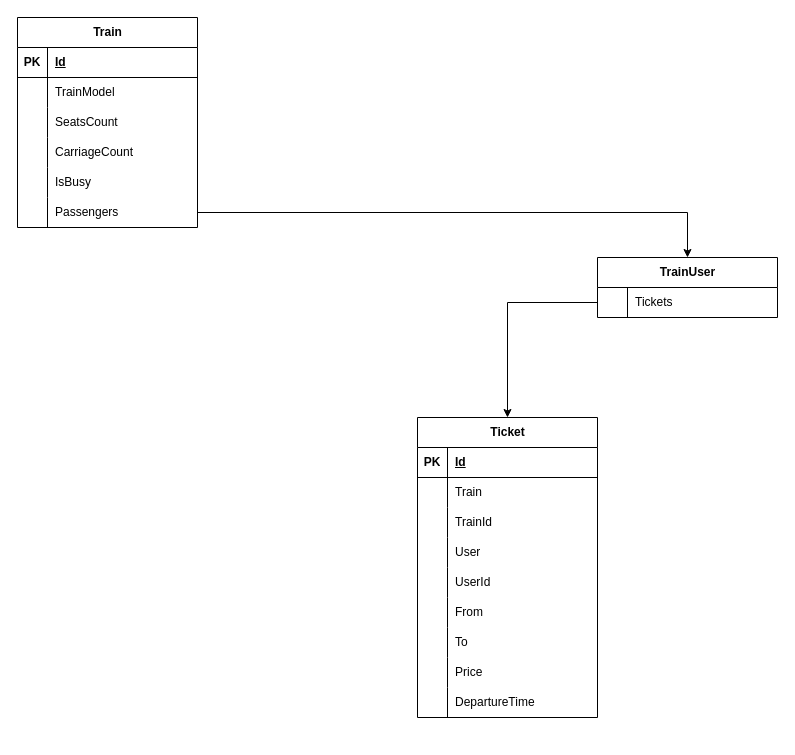
Earlier version of the draw.io diagram docs/trainmanagementsystem.drawio (CloudlyFog/TrainManagementSystem). Source tidied: cells renumbered, new cells numbered last; positions are measured from the earlier drawing's top-left corner, leaving out a move shared by most shapes. Both pictures are drawn from the tidied source at 100%, with x=0, y=0 at pixel (17, 17).
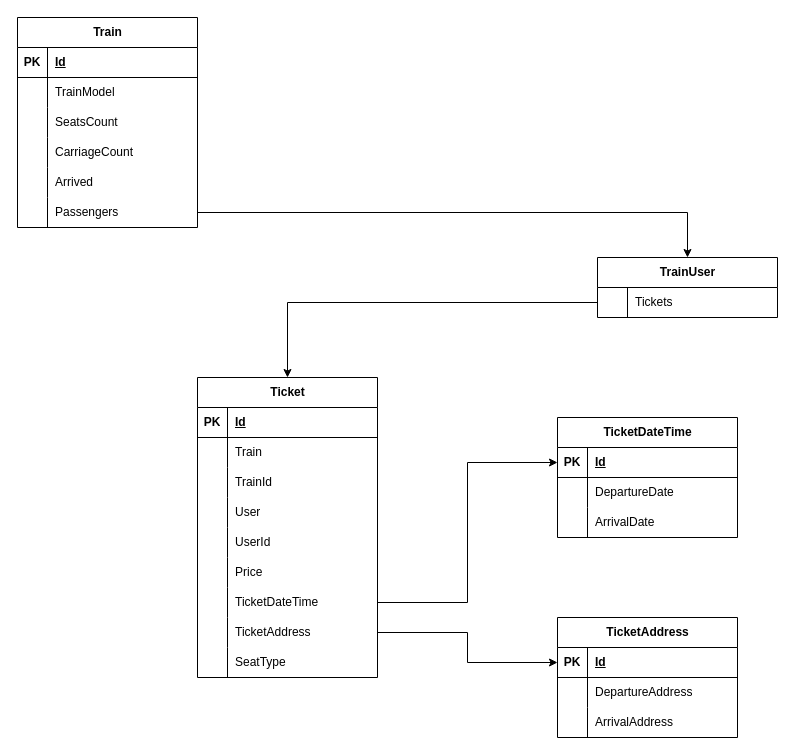
The same page after the edit.

Unchanged cells that the change refers to:
```xml
<mxCell id="15" style="shape=tableRow;horizontal=0;startSize=0;swimlaneHead=0;swimlaneBody=0;fillColor=none;top=0;left=0;right=0;bottom=0;" parent="2" vertex="1">
  <mxGeometry y="150" width="180" height="30" as="geometry" />
</mxCell>
<mxCell id="50" style="shape=tableRow;horizontal=0;startSize=0;swimlaneHead=0;swimlaneBody=0;fillColor=none;top=0;left=0;right=0;bottom=0;" parent="25" vertex="1">
  <mxGeometry y="270" width="180" height="30" as="geometry" />
</mxCell>
```

Change to the diagram source:
```diff
@@
-    <mxCell id="17" value="IsBusy" style="shape=partialRectangle;fillColor=none;top=0;left=0;bottom=0;right=0;align=left;spacingLeft=6;overflow=hidden;whiteSpace=wrap;html=1;" parent="15" vertex="1">
+    <mxCell id="17" value="Arrived" style="shape=partialRectangle;fillColor=none;top=0;left=0;bottom=0;right=0;align=left;spacingLeft=6;overflow=hidden;whiteSpace=wrap;html=1;" parent="15" vertex="1">
       <mxGeometry x="30" width="150" height="30" as="geometry" />
     </mxCell>
@@
     <mxCell id="25" value="Ticket" style="shape=table;startSize=30;childLayout=tableLayout;rowLines=0;fontStyle=1;align=center;html=1;" parent="1" vertex="1">
-      <mxGeometry x="400" y="400" width="180" height="300" as="geometry" />
+      <mxGeometry x="180" y="360" width="180" height="300" as="geometry" />
     </mxCell>
@@
-    <mxCell id="41" style="shape=tableRow;horizontal=0;startSize=0;swimlaneHead=0;swimlaneBody=0;fillColor=none;top=0;left=0;right=0;bottom=0;" parent="25" vertex="1">
-      <mxGeometry y="180" width="180" height="30" as="geometry" />
-    </mxCell>
-    <mxCell id="42" style="shape=partialRectangle;fillColor=none;top=0;left=0;bottom=0;right=0;overflow=hidden;whiteSpace=wrap;html=1;" parent="41" vertex="1">
-      <mxGeometry width="30" height="30" as="geometry" />
-    </mxCell>
-    <mxCell id="43" value="From" style="shape=partialRectangle;fillColor=none;top=0;left=0;bottom=0;right=0;align=left;spacingLeft=6;overflow=hidden;whiteSpace=wrap;html=1;" parent="41" vertex="1">
-      <mxGeometry x="30" width="150" height="30" as="geometry" />
-    </mxCell>
-    <mxCell id="44" style="shape=tableRow;horizontal=0;startSize=0;swimlaneHead=0;swimlaneBody=0;fillColor=none;points=[[0,0.5],[1,0.5]];portConstraint=eastwest;top=0;left=0;right=0;bottom=0;" parent="25" vertex="1">
-      <mxGeometry y="210" width="180" height="30" as="geometry" />
-    </mxCell>
-    <mxCell id="45" style="shape=partialRectangle;fillColor=none;top=0;left=0;bottom=0;right=0;overflow=hidden;whiteSpace=wrap;html=1;" parent="44" vertex="1">
-      <mxGeometry width="30" height="30" as="geometry" />
-    </mxCell>
-    <mxCell id="46" value="To" style="shape=partialRectangle;fillColor=none;top=0;left=0;bottom=0;right=0;align=left;spacingLeft=6;overflow=hidden;whiteSpace=wrap;html=1;" parent="44" vertex="1">
-      <mxGeometry x="30" width="150" height="30" as="geometry" />
-    </mxCell>
     <mxCell id="47" style="shape=tableRow;horizontal=0;startSize=0;swimlaneHead=0;swimlaneBody=0;fillColor=none;top=0;left=0;right=0;bottom=0;" parent="25" vertex="1">
-      <mxGeometry y="240" width="180" height="30" as="geometry" />
+      <mxGeometry y="180" width="180" height="30" as="geometry" />
     </mxCell>
@@
+    <mxCell id="44" style="shape=tableRow;horizontal=0;startSize=0;swimlaneHead=0;swimlaneBody=0;fillColor=none;points=[[0,0.5],[1,0.5]];portConstraint=eastwest;top=0;left=0;right=0;bottom=0;" parent="25" vertex="1">
+      <mxGeometry y="210" width="180" height="30" as="geometry" />
+    </mxCell>
+    <mxCell id="55" style="shape=partialRectangle;fillColor=none;top=0;left=0;bottom=0;right=0;overflow=hidden;whiteSpace=wrap;html=1;" parent="44" vertex="1">
+      <mxGeometry width="30" height="30" as="geometry" />
+    </mxCell>
+    <mxCell id="56" value="TicketDateTime" style="shape=partialRectangle;fillColor=none;top=0;left=0;bottom=0;right=0;align=left;spacingLeft=6;overflow=hidden;whiteSpace=wrap;html=1;" parent="44" vertex="1">
+      <mxGeometry x="30" width="150" height="30" as="geometry" />
+    </mxCell>
+    <mxCell id="57" style="shape=tableRow;horizontal=0;startSize=0;swimlaneHead=0;swimlaneBody=0;fillColor=none;points=[[0,0.5],[1,0.5]];portConstraint=eastwest;top=0;left=0;right=0;bottom=0;" parent="25" vertex="1">
+      <mxGeometry y="240" width="180" height="30" as="geometry" />
+    </mxCell>
+    <mxCell id="58" style="shape=partialRectangle;fillColor=none;top=0;left=0;bottom=0;right=0;overflow=hidden;whiteSpace=wrap;html=1;" parent="57" vertex="1">
+      <mxGeometry width="30" height="30" as="geometry" />
+    </mxCell>
+    <mxCell id="59" value="TicketAddress" style="shape=partialRectangle;fillColor=none;top=0;left=0;bottom=0;right=0;align=left;spacingLeft=6;overflow=hidden;whiteSpace=wrap;html=1;" parent="57" vertex="1">
+      <mxGeometry x="30" width="150" height="30" as="geometry" />
+    </mxCell>
@@
-    <mxCell id="51" style="shape=partialRectangle;fillColor=none;top=0;left=0;bottom=0;right=0;overflow=hidden;whiteSpace=wrap;html=1;" parent="50" vertex="1">
-      <mxGeometry width="30" height="30" as="geometry" />
-    </mxCell>
-    <mxCell id="52" value="DepartureTime" style="shape=partialRectangle;fillColor=none;top=0;left=0;bottom=0;right=0;align=left;spacingLeft=6;overflow=hidden;whiteSpace=wrap;html=1;" parent="50" vertex="1">
-      <mxGeometry x="30" width="150" height="30" as="geometry" />
-    </mxCell>
+    <mxCell id="60" style="shape=partialRectangle;fillColor=none;top=0;left=0;bottom=0;right=0;overflow=hidden;whiteSpace=wrap;html=1;" parent="50" vertex="1">
+      <mxGeometry width="30" height="30" as="geometry" />
+    </mxCell>
+    <mxCell id="61" value="SeatType" style="shape=partialRectangle;fillColor=none;top=0;left=0;bottom=0;right=0;align=left;spacingLeft=6;overflow=hidden;whiteSpace=wrap;html=1;" parent="50" vertex="1">
+      <mxGeometry x="30" width="150" height="30" as="geometry" />
+    </mxCell>
@@
+    <mxCell id="62" value="TicketDateTime" style="shape=table;startSize=30;childLayout=tableLayout;rowLines=0;fontStyle=1;align=center;html=1;" parent="1" vertex="1">
+      <mxGeometry x="540" y="400" width="180" height="120" as="geometry" />
+    </mxCell>
+    <mxCell id="63" style="shape=tableRow;horizontal=0;startSize=0;swimlaneHead=0;swimlaneBody=0;fillColor=none;points=[[0,0.5],[1,0.5]];portConstraint=eastwest;top=0;left=0;right=0;bottom=1;" parent="62" vertex="1">
+      <mxGeometry y="30" width="180" height="30" as="geometry" />
+    </mxCell>
+    <mxCell id="64" value="PK" style="shape=partialRectangle;fillColor=none;top=0;left=0;bottom=0;right=0;fontStyle=1;overflow=hidden;whiteSpace=wrap;html=1;" parent="63" vertex="1">
+      <mxGeometry width="30" height="30" as="geometry" />
+    </mxCell>
+    <mxCell id="65" value="Id" style="shape=partialRectangle;fillColor=none;top=0;left=0;bottom=0;right=0;align=left;spacingLeft=6;fontStyle=5;overflow=hidden;whiteSpace=wrap;html=1;" parent="63" vertex="1">
+      <mxGeometry x="30" width="150" height="30" as="geometry" />
+    </mxCell>
+    <mxCell id="66" style="shape=tableRow;horizontal=0;startSize=0;swimlaneHead=0;swimlaneBody=0;fillColor=none;top=0;left=0;right=0;bottom=0;" parent="62" vertex="1">
+      <mxGeometry y="60" width="180" height="30" as="geometry" />
+    </mxCell>
+    <mxCell id="67" style="shape=partialRectangle;fillColor=none;top=0;left=0;bottom=0;right=0;overflow=hidden;whiteSpace=wrap;html=1;" parent="66" vertex="1">
+      <mxGeometry width="30" height="30" as="geometry" />
+    </mxCell>
+    <mxCell id="68" value="DepartureDate" style="shape=partialRectangle;fillColor=none;top=0;left=0;bottom=0;right=0;align=left;spacingLeft=6;overflow=hidden;whiteSpace=wrap;html=1;" parent="66" vertex="1">
+      <mxGeometry x="30" width="150" height="30" as="geometry" />
+    </mxCell>
+    <mxCell id="69" style="shape=tableRow;horizontal=0;startSize=0;swimlaneHead=0;swimlaneBody=0;fillColor=none;top=0;left=0;right=0;bottom=0;" parent="62" vertex="1">
+      <mxGeometry y="90" width="180" height="30" as="geometry" />
+    </mxCell>
+    <mxCell id="70" style="shape=partialRectangle;fillColor=none;top=0;left=0;bottom=0;right=0;overflow=hidden;whiteSpace=wrap;html=1;" parent="69" vertex="1">
+      <mxGeometry width="30" height="30" as="geometry" />
+    </mxCell>
+    <mxCell id="71" value="ArrivalDate" style="shape=partialRectangle;fillColor=none;top=0;left=0;bottom=0;right=0;align=left;spacingLeft=6;overflow=hidden;whiteSpace=wrap;html=1;" parent="69" vertex="1">
+      <mxGeometry x="30" width="150" height="30" as="geometry" />
+    </mxCell>
+    <mxCell id="72" style="edgeStyle=orthogonalEdgeStyle;rounded=0;jettySize=auto;html=1;exitX=1;exitY=0.5;exitDx=0;exitDy=0;entryX=0;entryY=0.5;entryDx=0;entryDy=0;" parent="1" edge="1" source="44" target="63">
+      <mxGeometry relative="1" as="geometry" />
+    </mxCell>
+    <mxCell id="73" value="TicketAddress" style="shape=table;startSize=30;childLayout=tableLayout;rowLines=0;fontStyle=1;align=center;html=1;" parent="1" vertex="1">
+      <mxGeometry x="540" y="600" width="180" height="120" as="geometry" />
+    </mxCell>
+    <mxCell id="74" style="shape=tableRow;horizontal=0;startSize=0;swimlaneHead=0;swimlaneBody=0;fillColor=none;points=[[0,0.5],[1,0.5]];portConstraint=eastwest;top=0;left=0;right=0;bottom=1;" parent="73" vertex="1">
+      <mxGeometry y="30" width="180" height="30" as="geometry" />
+    </mxCell>
+    <mxCell id="75" value="PK" style="shape=partialRectangle;fillColor=none;top=0;left=0;bottom=0;right=0;fontStyle=1;overflow=hidden;whiteSpace=wrap;html=1;" parent="74" vertex="1">
+      <mxGeometry width="30" height="30" as="geometry" />
+    </mxCell>
+    <mxCell id="76" value="Id" style="shape=partialRectangle;fillColor=none;top=0;left=0;bottom=0;right=0;align=left;spacingLeft=6;fontStyle=5;overflow=hidden;whiteSpace=wrap;html=1;" parent="74" vertex="1">
+      <mxGeometry x="30" width="150" height="30" as="geometry" />
+    </mxCell>
+    <mxCell id="77" style="shape=tableRow;horizontal=0;startSize=0;swimlaneHead=0;swimlaneBody=0;fillColor=none;top=0;left=0;right=0;bottom=0;" parent="73" vertex="1">
+      <mxGeometry y="60" width="180" height="30" as="geometry" />
+    </mxCell>
+    <mxCell id="78" style="shape=partialRectangle;fillColor=none;top=0;left=0;bottom=0;right=0;overflow=hidden;whiteSpace=wrap;html=1;" parent="77" vertex="1">
+      <mxGeometry width="30" height="30" as="geometry" />
+    </mxCell>
+    <mxCell id="79" value="DepartureAddress" style="shape=partialRectangle;fillColor=none;top=0;left=0;bottom=0;right=0;align=left;spacingLeft=6;overflow=hidden;whiteSpace=wrap;html=1;" parent="77" vertex="1">
+      <mxGeometry x="30" width="150" height="30" as="geometry" />
+    </mxCell>
+    <mxCell id="80" style="shape=tableRow;horizontal=0;startSize=0;swimlaneHead=0;swimlaneBody=0;fillColor=none;top=0;left=0;right=0;bottom=0;" parent="73" vertex="1">
+      <mxGeometry y="90" width="180" height="30" as="geometry" />
+    </mxCell>
+    <mxCell id="81" style="shape=partialRectangle;fillColor=none;top=0;left=0;bottom=0;right=0;overflow=hidden;whiteSpace=wrap;html=1;" parent="80" vertex="1">
+      <mxGeometry width="30" height="30" as="geometry" />
+    </mxCell>
+    <mxCell id="82" value="ArrivalAddress" style="shape=partialRectangle;fillColor=none;top=0;left=0;bottom=0;right=0;align=left;spacingLeft=6;overflow=hidden;whiteSpace=wrap;html=1;" parent="80" vertex="1">
+      <mxGeometry x="30" width="150" height="30" as="geometry" />
+    </mxCell>
+    <mxCell id="83" style="edgeStyle=orthogonalEdgeStyle;rounded=0;jettySize=auto;html=1;exitX=1;exitY=0.5;exitDx=0;exitDy=0;entryX=0;entryY=0.5;entryDx=0;entryDy=0;" parent="1" edge="1" source="57" target="74">
+      <mxGeometry relative="1" as="geometry" />
+    </mxCell>
```
